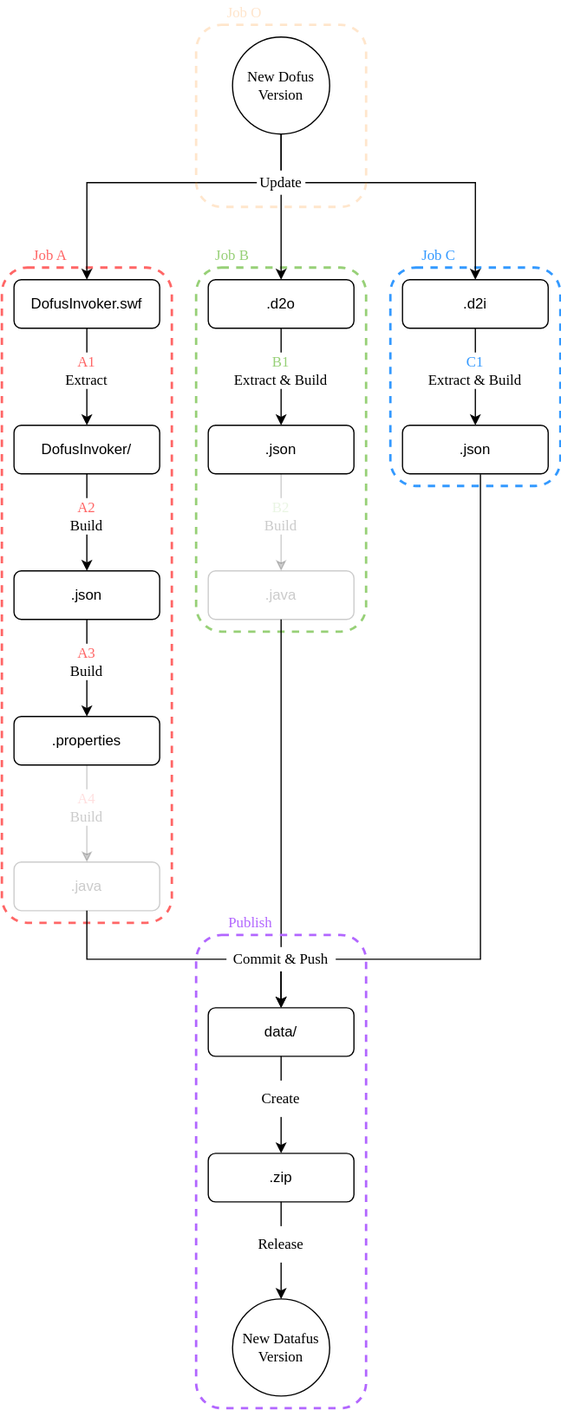
Earlier version of the draw.io export images/Flows.drawio.svg (bot4dofus/Datafus). Source tidied: cells renumbered, new cells last; positions are measured from the earlier drawing's top-left corner, leaving out a move shared by most shapes.
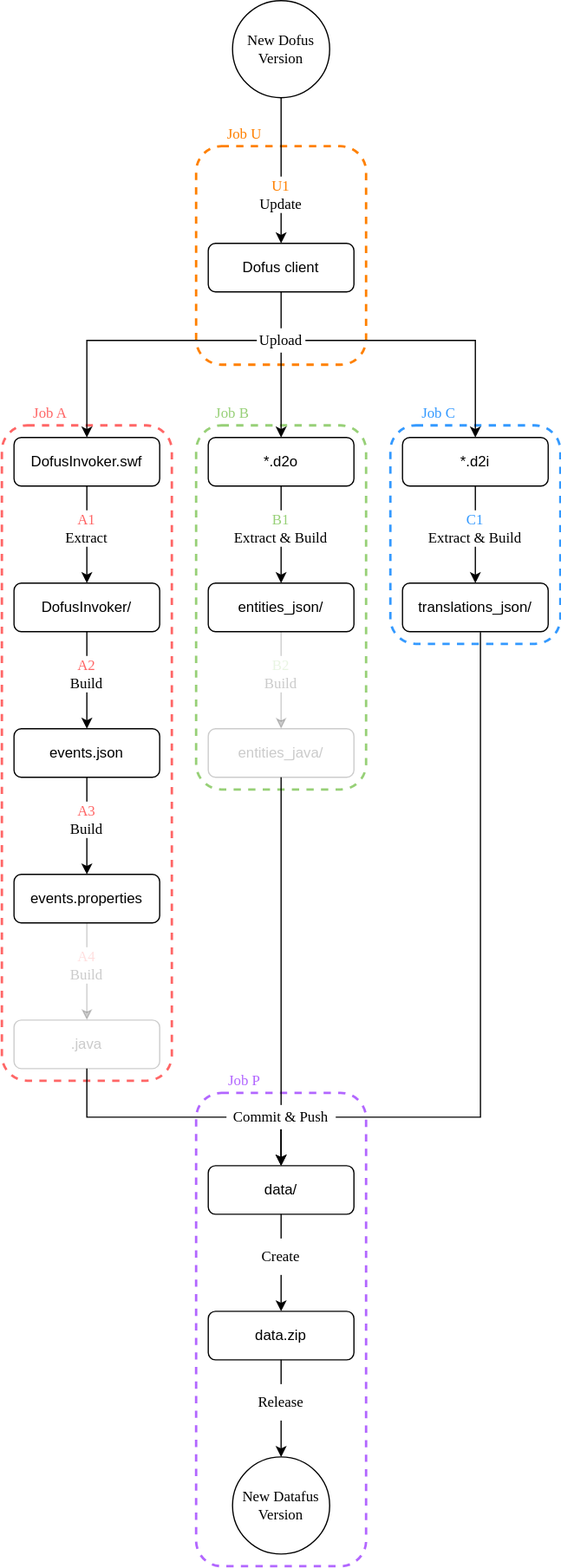
Above is the later version.

The edit, as a diff of the source:
```diff
@@ -2,6 +2,12 @@
   <root>
     <mxCell id="0" />
     <mxCell id="1" parent="0" />
+    <mxCell id="47" style="rounded=1;whiteSpace=wrap;html=1;fontFamily=Georgia;fillColor=none;dashed=1;strokeWidth=2;strokeColor=#B266FF;" parent="1" vertex="1">
+      <mxGeometry x="160" y="770" width="140" height="390" as="geometry" />
+    </mxCell>
+    <mxCell id="50" style="rounded=1;whiteSpace=wrap;html=1;fontFamily=Georgia;fillColor=none;dashed=1;strokeWidth=2;strokeColor=#FF8000;" parent="1" vertex="1">
+      <mxGeometry x="160" y="-10" width="140" height="180" as="geometry" />
+    </mxCell>
     <mxCell id="2" style="rounded=1;whiteSpace=wrap;html=1;fontFamily=Georgia;fillColor=none;dashed=1;strokeWidth=2;strokeColor=#FF6666;" parent="1" vertex="1">
       <mxGeometry y="220" width="140" height="540" as="geometry" />
     </mxCell>
@@ -12,12 +18,12 @@
       <mxGeometry x="160" y="220" width="140" height="300" as="geometry" />
     </mxCell>
     <mxCell id="5" value="New Dofus Version" style="ellipse;whiteSpace=wrap;html=1;fontFamily=Georgia;" parent="1" vertex="1">
-      <mxGeometry x="190" y="30" width="80" height="80" as="geometry" />
+      <mxGeometry x="190" y="-130" width="80" height="80" as="geometry" />
     </mxCell>
-    <mxCell id="6" value=".d2o" style="rounded=1;whiteSpace=wrap;html=1;fontFamily=Helvetica;" parent="1" vertex="1">
+    <mxCell id="6" value="*.d2o" style="rounded=1;whiteSpace=wrap;html=1;fontFamily=Helvetica;" parent="1" vertex="1">
       <mxGeometry x="170" y="230" width="120" height="40" as="geometry" />
     </mxCell>
-    <mxCell id="7" value=".d2i" style="rounded=1;whiteSpace=wrap;html=1;fontFamily=Helvetica;" parent="1" vertex="1">
+    <mxCell id="7" value="*.d2i" style="rounded=1;whiteSpace=wrap;html=1;fontFamily=Helvetica;" parent="1" vertex="1">
       <mxGeometry x="330" y="230" width="120" height="40" as="geometry" />
     </mxCell>
     <mxCell id="8" value="DofusInvoker.swf" style="rounded=1;whiteSpace=wrap;html=1;fontFamily=Helvetica;" parent="1" vertex="1">
@@ -26,19 +32,19 @@
     <mxCell id="9" value="DofusInvoker/" style="rounded=1;whiteSpace=wrap;html=1;fontFamily=Helvetica;" parent="1" vertex="1">
       <mxGeometry x="10" y="350" width="120" height="40" as="geometry" />
     </mxCell>
-    <mxCell id="10" value=".json" style="rounded=1;whiteSpace=wrap;html=1;fontFamily=Helvetica;" parent="1" vertex="1">
+    <mxCell id="10" value="entities_json/" style="rounded=1;whiteSpace=wrap;html=1;fontFamily=Helvetica;" parent="1" vertex="1">
       <mxGeometry x="170" y="350" width="120" height="40" as="geometry" />
     </mxCell>
-    <mxCell id="11" value=".json" style="rounded=1;whiteSpace=wrap;html=1;fontFamily=Helvetica;" parent="1" vertex="1">
+    <mxCell id="11" value="translations_json/" style="rounded=1;whiteSpace=wrap;html=1;fontFamily=Helvetica;" parent="1" vertex="1">
       <mxGeometry x="330" y="350" width="120" height="40" as="geometry" />
     </mxCell>
-    <mxCell id="12" value=".java" style="rounded=1;whiteSpace=wrap;html=1;fontFamily=Helvetica;opacity=20;textOpacity=20;" parent="1" vertex="1">
+    <mxCell id="12" value="entities_java/" style="rounded=1;whiteSpace=wrap;html=1;fontFamily=Helvetica;opacity=20;textOpacity=20;" parent="1" vertex="1">
       <mxGeometry x="170" y="470" width="120" height="40" as="geometry" />
     </mxCell>
-    <mxCell id="13" value=".json" style="rounded=1;whiteSpace=wrap;html=1;fontFamily=Helvetica;" parent="1" vertex="1">
+    <mxCell id="13" value="events.json" style="rounded=1;whiteSpace=wrap;html=1;fontFamily=Helvetica;" parent="1" vertex="1">
       <mxGeometry x="10" y="470" width="120" height="40" as="geometry" />
     </mxCell>
-    <mxCell id="14" value=".properties" style="rounded=1;whiteSpace=wrap;html=1;fontFamily=Helvetica;" parent="1" vertex="1">
+    <mxCell id="14" value="events.properties" style="rounded=1;whiteSpace=wrap;html=1;fontFamily=Helvetica;" parent="1" vertex="1">
       <mxGeometry x="10" y="590" width="120" height="40" as="geometry" />
     </mxCell>
     <mxCell id="15" style="edgeStyle=orthogonalEdgeStyle;rounded=0;jettySize=auto;html=1;exitX=0.5;exitY=1;exitDx=0;exitDy=0;entryX=0.5;entryY=0;entryDx=0;entryDy=0;fontFamily=Georgia;" parent="1" edge="1" source="8" target="9">
@@ -61,7 +67,7 @@
     <mxCell id="20" style="edgeStyle=orthogonalEdgeStyle;rounded=0;jettySize=auto;html=1;fontFamily=Georgia;exitX=0.5;exitY=1;exitDx=0;exitDy=0;entryX=0.5;entryY=0;entryDx=0;entryDy=0;" parent="1" edge="1" source="7" target="11">
       <mxGeometry relative="1" as="geometry" />
     </mxCell>
-    <mxCell id="21" style="edgeStyle=orthogonalEdgeStyle;rounded=0;jettySize=auto;html=1;exitX=0.5;exitY=1;exitDx=0;exitDy=0;entryX=0.5;entryY=0;entryDx=0;entryDy=0;fontFamily=Georgia;" parent="1" edge="1" source="5" target="8">
+    <mxCell id="21" style="edgeStyle=orthogonalEdgeStyle;rounded=0;jettySize=auto;html=1;entryX=0.5;entryY=0;entryDx=0;entryDy=0;fontFamily=Georgia;exitX=0.5;exitY=1;exitDx=0;exitDy=0;" parent="1" edge="1" source="52" target="8">
       <mxGeometry relative="1" as="geometry">
         <Array as="points">
           <mxPoint x="230" y="150" />
@@ -69,7 +75,7 @@
         </Array>
       </mxGeometry>
     </mxCell>
-    <mxCell id="22" style="edgeStyle=orthogonalEdgeStyle;rounded=0;jettySize=auto;html=1;exitX=0.5;exitY=1;exitDx=0;exitDy=0;fontFamily=Georgia;" parent="1" edge="1" source="5">
+    <mxCell id="22" style="edgeStyle=orthogonalEdgeStyle;rounded=0;jettySize=auto;html=1;exitX=0.5;exitY=1;exitDx=0;exitDy=0;fontFamily=Georgia;" parent="1" edge="1" source="30">
       <mxGeometry relative="1" as="geometry">
         <mxPoint x="390" y="230" as="targetPoint" />
         <Array as="points">
@@ -78,10 +84,8 @@
         </Array>
       </mxGeometry>
     </mxCell>
-    <mxCell id="23" style="edgeStyle=orthogonalEdgeStyle;rounded=0;jettySize=auto;html=1;fontFamily=Georgia;" parent="1" edge="1" target="6">
-      <mxGeometry relative="1" as="geometry">
-        <mxPoint x="230" y="150" as="sourcePoint" />
-      </mxGeometry>
+    <mxCell id="23" style="edgeStyle=orthogonalEdgeStyle;rounded=0;jettySize=auto;html=1;fontFamily=Georgia;" parent="1" edge="1" source="30" target="6">
+      <mxGeometry relative="1" as="geometry" />
     </mxCell>
     <mxCell id="24" value="&lt;div style=&quot;font-size: 12px&quot;&gt;&lt;font style=&quot;font-size: 12px&quot;&gt;A1&lt;/font&gt;&lt;/div&gt;&lt;div style=&quot;font-size: 12px&quot;&gt;&lt;font style=&quot;font-size: 12px&quot;&gt;&lt;font style=&quot;font-size: 12px&quot; color=&quot;#000000&quot;&gt;Extract&lt;/font&gt;&lt;br&gt;&lt;/font&gt;&lt;/div&gt;" style="text;html=1;strokeColor=none;align=center;verticalAlign=middle;whiteSpace=wrap;rounded=0;dashed=1;fontFamily=Georgia;spacing=0;fontSize=11;fontColor=#FF6666;labelBackgroundColor=none;fillColor=default;" parent="1" vertex="1">
       <mxGeometry x="50" y="290" width="40" height="30" as="geometry" />
@@ -101,9 +105,6 @@
     <mxCell id="29" value="&lt;div&gt;&lt;font color=&quot;#3399FF&quot;&gt;C1&lt;/font&gt;&lt;br&gt;&lt;/div&gt;&lt;div&gt;Extract &amp;amp; Build&lt;/div&gt;" style="text;html=1;strokeColor=none;align=center;verticalAlign=middle;whiteSpace=wrap;rounded=0;dashed=1;fontFamily=Georgia;fillColor=#FFFFFF;" parent="1" vertex="1">
       <mxGeometry x="330" y="290" width="120" height="30" as="geometry" />
     </mxCell>
-    <mxCell id="30" value="Update" style="text;html=1;strokeColor=none;align=center;verticalAlign=middle;whiteSpace=wrap;rounded=0;dashed=1;fontFamily=Georgia;fillColor=#FFFFFF;" parent="1" vertex="1">
-      <mxGeometry x="210" y="140" width="40" height="20" as="geometry" />
-    </mxCell>
     <mxCell id="31" value="Job A" style="text;html=1;strokeColor=none;align=center;verticalAlign=middle;whiteSpace=wrap;rounded=0;dashed=1;fontFamily=Georgia;fontColor=#FF6666;" parent="1" vertex="1">
       <mxGeometry x="20" y="200" width="40" height="20" as="geometry" />
     </mxCell>
@@ -150,7 +151,7 @@
     <mxCell id="42" style="edgeStyle=orthogonalEdgeStyle;rounded=0;jettySize=auto;html=1;exitX=0.5;exitY=1;exitDx=0;exitDy=0;fontFamily=Georgia;entryX=0.5;entryY=0;entryDx=0;entryDy=0;" parent="1" edge="1" source="37" target="43">
       <mxGeometry relative="1" as="geometry" />
     </mxCell>
-    <mxCell id="43" value=".zip" style="rounded=1;whiteSpace=wrap;html=1;fontFamily=Helvetica;" parent="1" vertex="1">
+    <mxCell id="43" value="data.zip" style="rounded=1;whiteSpace=wrap;html=1;fontFamily=Helvetica;" parent="1" vertex="1">
       <mxGeometry x="170" y="950" width="120" height="40" as="geometry" />
     </mxCell>
     <mxCell id="44" value="New Datafus Version" style="ellipse;whiteSpace=wrap;html=1;fontFamily=Georgia;" parent="1" vertex="1">
@@ -162,20 +163,26 @@
     <mxCell id="46" value="Create" style="text;html=1;strokeColor=none;align=center;verticalAlign=middle;whiteSpace=wrap;rounded=0;dashed=1;fontFamily=Georgia;fillColor=#FFFFFF;" parent="1" vertex="1">
       <mxGeometry x="210" y="890" width="40" height="30" as="geometry" />
     </mxCell>
-    <mxCell id="47" style="rounded=1;whiteSpace=wrap;html=1;fontFamily=Georgia;fillColor=none;dashed=1;strokeWidth=2;strokeColor=#B266FF;" parent="1" vertex="1">
-      <mxGeometry x="160" y="770" width="140" height="390" as="geometry" />
-    </mxCell>
     <mxCell id="48" value="Release" style="text;html=1;strokeColor=none;align=center;verticalAlign=middle;whiteSpace=wrap;rounded=0;dashed=1;fontFamily=Georgia;fillColor=#FFFFFF;" parent="1" vertex="1">
       <mxGeometry x="210" y="1010" width="40" height="30" as="geometry" />
     </mxCell>
-    <mxCell id="49" value="Publish" style="text;html=1;strokeColor=none;align=center;verticalAlign=middle;whiteSpace=wrap;rounded=0;dashed=1;fontFamily=Georgia;fontColor=#B266FF;" parent="1" vertex="1">
-      <mxGeometry x="185" y="750" width="40" height="20" as="geometry" />
+    <mxCell id="49" value="Job P" style="text;html=1;strokeColor=none;align=center;verticalAlign=middle;whiteSpace=wrap;rounded=0;dashed=1;fontFamily=Georgia;fontColor=#B266FF;" parent="1" vertex="1">
+      <mxGeometry x="180" y="750" width="40" height="20" as="geometry" />
     </mxCell>
-    <mxCell id="50" style="rounded=1;whiteSpace=wrap;html=1;fontFamily=Georgia;fillColor=none;dashed=1;strokeWidth=2;strokeColor=#FF8000;opacity=20;" parent="1" vertex="1">
-      <mxGeometry x="160" y="20" width="140" height="150" as="geometry" />
-    </mxCell>
-    <mxCell id="51" value="&lt;font color=&quot;#FF8000&quot;&gt;Job O&lt;br&gt;&lt;/font&gt;" style="text;html=1;strokeColor=none;align=center;verticalAlign=middle;whiteSpace=wrap;rounded=0;dashed=1;fontFamily=Georgia;fontColor=#97D077;textOpacity=20;" parent="1" vertex="1">
-      <mxGeometry x="180" width="40" height="20" as="geometry" />
+    <mxCell id="51" value="&lt;font color=&quot;#FF8000&quot;&gt;Job U&lt;br&gt;&lt;/font&gt;" style="text;html=1;strokeColor=none;align=center;verticalAlign=middle;whiteSpace=wrap;rounded=0;dashed=1;fontFamily=Georgia;fontColor=#97D077;" parent="1" vertex="1">
+      <mxGeometry x="180" y="-30" width="40" height="20" as="geometry" />
     </mxCell>
+    <mxCell id="52" value="Dofus client" style="rounded=1;whiteSpace=wrap;html=1;fontFamily=Helvetica;" parent="1" vertex="1">
+      <mxGeometry x="170" y="70" width="120" height="40" as="geometry" />
+    </mxCell>
+    <mxCell id="53" style="edgeStyle=orthogonalEdgeStyle;rounded=0;jettySize=auto;html=1;exitX=0.5;exitY=1;exitDx=0;exitDy=0;fontFamily=Georgia;entryX=0.5;entryY=0;entryDx=0;entryDy=0;" parent="1" edge="1" source="5" target="52">
+      <mxGeometry relative="1" as="geometry" />
+    </mxCell>
+    <mxCell id="54" value="&lt;div style=&quot;font-size: 12px&quot;&gt;&lt;font style=&quot;font-size: 12px&quot; color=&quot;#ff8000&quot;&gt;U1&lt;/font&gt;&lt;/div&gt;&lt;div style=&quot;font-size: 12px&quot;&gt;&lt;font style=&quot;font-size: 12px&quot; color=&quot;#000000&quot;&gt;Update&lt;br&gt;&lt;/font&gt;&lt;/div&gt;" style="text;html=1;strokeColor=none;align=center;verticalAlign=middle;whiteSpace=wrap;rounded=0;dashed=1;fontFamily=Georgia;spacing=0;fontSize=11;fontColor=#FF6666;labelBackgroundColor=none;fillColor=default;" parent="1" vertex="1">
+      <mxGeometry x="210" y="15" width="40" height="30" as="geometry" />
+    </mxCell>
+    <mxCell id="30" value="Upload" style="text;html=1;strokeColor=none;align=center;verticalAlign=middle;whiteSpace=wrap;rounded=0;dashed=1;fontFamily=Georgia;fillColor=#FFFFFF;" parent="1" vertex="1">
+      <mxGeometry x="210" y="140" width="40" height="20" as="geometry" />
+    </mxCell>
   </root>
 </mxGraphModel>
```
